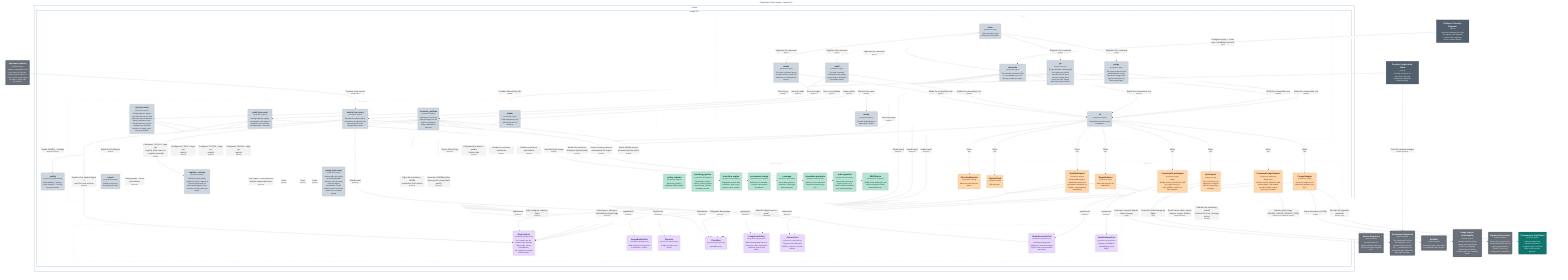
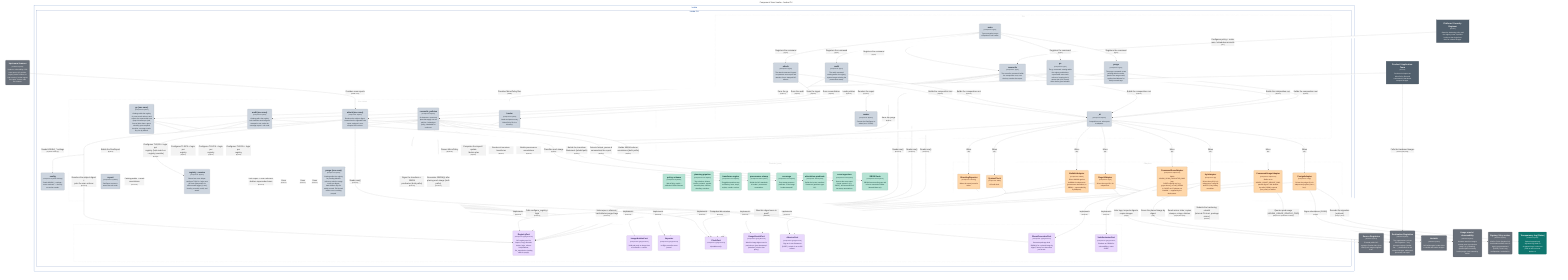
graph LR
  linkStyle default fill:#ffffff

  subgraph diagram ["Component View: houba - houba CLI"]
    style diagram fill:#ffffff,stroke:#ffffff

    1["<div style='font-weight: bold'>Platform / Security Engineer</div><div style='font-size: 70%; margin-top: 0px'>[Person]</div><div style='font-size: 80%; margin-top:10px'>Owns the hardening policy and<br />the registry roster; operates<br />houba as the single front<br />door for external images.</div>"]
    style 1 fill:#52606d,stroke:#39434c,color:#ffffff
    2["<div style='font-weight: bold'>Product / Application Team</div><div style='font-size: 70%; margin-top: 0px'>[Person]</div><div style='font-size: 80%; margin-top:10px'>Declares its imports as<br />MirrorPolicy files and<br />consumes the hardened,<br />stamped images.</div>"]
    style 2 fill:#52606d,stroke:#39434c,color:#ffffff

    52("<div style='font-weight: bold'>Source Registries</div><div style='font-size: 70%; margin-top: 0px'>[Software System]</div><div style='font-size: 80%; margin-top:10px'>External public OCI<br />registries (Docker Hub, Quay,<br />GHCR) the images originate<br />from.</div>")
    style 52 fill:#69707a,stroke:#494e55,color:#ffffff
    53("<div style='font-weight: bold'>Destination Registries</div><div style='font-size: 70%; margin-top: 0px'>[Software System]</div><div style='font-size: 80%; margin-top:10px'>The organization's private<br />OCI registries — any<br />dist-spec registry (Harbor,<br />Zot, …); destination for the<br />stamped images, addressed<br />generically via regctl.</div>")
    style 53 fill:#69707a,stroke:#494e55,color:#ffffff
    54("<div style='font-weight: bold'>BuildKit</div><div style='font-size: 70%; margin-top: 0px'>[Software System]</div><div style='font-size: 80%; margin-top:10px'>OCI build engine houba drives<br />to rebuild and harden images.</div>")
    style 54 fill:#69707a,stroke:#494e55,color:#ffffff
    58("<div style='font-weight: bold'>Usage oracle / observability</div><div style='font-size: 70%; margin-top: 0px'>[Software System]</div><div style='font-size: 80%; margin-top:10px'>Answers 'was this image's<br />content seen in production<br />lately?' (e.g. Datadog).<br />Queried point-in-time by<br />houba purge; never owned by<br />houba.</div>")
    style 58 fill:#69707a,stroke:#494e55,color:#ffffff
    59("<div style='font-weight: bold'>Signing / Key service</div><div style='font-size: 70%; margin-top: 0px'>[Software System]</div><div style='font-size: 80%; margin-top:10px'>KMS or Fulcio (keyless CA)<br />that houba's attestor uses to<br />sign in-toto attestations<br />(DSSE). Trust is org<br />configuration, not baked in.</div>")
    style 59 fill:#69707a,stroke:#494e55,color:#ffffff
    60("<div style='font-weight: bold'>Transparency log (Rekor)</div><div style='font-size: 70%; margin-top: 0px'>[Software System]</div><div style='font-size: 80%; margin-top:10px'>Optional append-only<br />signature log; blank in<br />air-gapped orgs. houba can<br />point at one but never<br />deploys it.</div>")
    style 60 fill:#0f766e,stroke:#0a524d,color:#ffffff
    61("<div style='font-weight: bold'>Upstream Scanner</div><div style='font-size: 70%; margin-top: 0px'>[Software System]</div><div style='font-size: 80%; margin-top:10px'>Produces vulnerability / EOL<br />scan reports (CI pipeline,<br />registry-native scanner, or<br />scan service). houba ingests<br />the report; it never calls<br />the scanner.</div>")
    style 61 fill:#69707a,stroke:#494e55,color:#ffffff

    subgraph 4 ["houba"]
      style 4 fill:#ffffff,stroke:#154da4,color:#154da4

      subgraph 5 ["houba CLI"]
        style 5 fill:#ffffff,stroke:#19458c,color:#19458c

        subgraph group1 ["Adapters"]
          style group1 fill:#ffffff,stroke:#cccccc,color:#cccccc,stroke-dasharray:5

          38("<div style='font-weight: bold'>RegctlAdapter</div><div style='font-size: 70%; margin-top: 0px'>[Component: regctl]</div><div style='font-size: 80%; margin-top:10px'>Drives the regctl CLI via<br />subprocess.</div>")
          style 38 fill:#fed7aa,stroke:#b19676,color:#4a1b0c
          39("<div style='font-weight: bold'>BuildkitAdapter</div><div style='font-size: 70%; margin-top: 0px'>[Component: buildctl]</div><div style='font-size: 80%; margin-top:10px'>Drives buildctl against<br />buildkitd via subprocess<br />(provenance attestation; no<br />SBOM — superseded by<br />SyftAdapter).</div>")
          style 39 fill:#fed7aa,stroke:#b19676,color:#4a1b0c
          40("<div style='font-weight: bold'>StructlogReporter</div><div style='font-size: 70%; margin-top: 0px'>[Component: structlog]</div><div style='font-size: 80%; margin-top:10px'>Writes the event journal to<br />stderr.</div>")
          style 40 fill:#fed7aa,stroke:#b19676,color:#4a1b0c
          41("<div style='font-weight: bold'>SystemClock</div><div style='font-size: 70%; margin-top: 0px'>[Component: stdlib]</div><div style='font-size: 80%; margin-top:10px'>OS wall clock.</div>")
          style 41 fill:#fed7aa,stroke:#b19676,color:#4a1b0c
          42("<div style='font-weight: bold'>CommandUsageAdapter</div><div style='font-size: 70%; margin-top: 0px'>[Component: subprocess]</div><div style='font-size: 80%; margin-top:10px'>Shells out to<br />HOUBA_USAGE_ORACLE_CMD;<br />passes digest + idle window<br />via stdin (JSON); expects<br />{last_seen} on stdout.</div>")
          style 42 fill:#fed7aa,stroke:#b19676,color:#4a1b0c
          43("<div style='font-weight: bold'>CosignAdapter</div><div style='font-size: 70%; margin-top: 0px'>[Component: cosign]</div><div style='font-size: 80%; margin-top:10px'>Drives the cosign CLI via<br />subprocess (keyless | kms |<br />key).</div>")
          style 43 fill:#fed7aa,stroke:#b19676,color:#4a1b0c
          44("<div style='font-weight: bold'>SyftAdapter</div><div style='font-size: 70%; margin-top: 0px'>[Component: syft]</div><div style='font-size: 80%; margin-top:10px'>Drives the syft CLI via<br />subprocess; config-file<br />auth/TLS; lazy binary<br />resolution.</div>")
          style 44 fill:#fed7aa,stroke:#b19676,color:#4a1b0c
-           45("<div style='font-weight: bold'>CommandScanAdapter</div><div style='font-size: 70%; margin-top: 0px'>[Component: grype]</div><div style='font-size: 80%; margin-top:10px'>Shells<br />HOUBA_SCAN_EVALUATOR_CMD<br />(e.g. grype sbom:{} -o<br />sarif); SBOM in, SARIF out;<br />lazy resolution.</div>")
+           45("<div style='font-weight: bold'>CommandScanAdapter</div><div style='font-size: 70%; margin-top: 0px'>[Component: subprocess]</div><div style='font-size: 80%; margin-top:10px'>Shells<br />HOUBA_SCAN_EVALUATOR_CMD (any<br />SARIF-emitting tool, e.g.<br />grype sbom:{} -o sarif); SBOM<br />in, SARIF out. Evaluator not<br />bundled — supplied by the<br />deployment.</div>")
          style 45 fill:#fed7aa,stroke:#b19676,color:#4a1b0c
        end

        subgraph group2 ["CLI"]
          style group2 fill:#ffffff,stroke:#cccccc,color:#cccccc,stroke-dasharray:5

          10("<div style='font-weight: bold'>attach</div><div style='font-size: 70%; margin-top: 0px'>[Component: Typer]</div><div style='font-size: 80%; margin-top:10px'>The attach command: ingests<br />an upstream scan report and<br />attaches it as a stamped OCI<br />referrer.</div>")
          style 10 fill:#cdd5df,stroke:#8f959c,color:#1f2933
          11("<div style='font-weight: bold'>gc</div><div style='font-size: 70%; margin-top: 0px'>[Component: Typer]</div><div style='font-size: 80%; margin-top:10px'>The gc command: catalog-walks<br />the registry and deletes<br />superseded scan-result<br />referrers, keeping the N<br />newest per (tool, format)<br />older than a grace window.</div>")
          style 11 fill:#cdd5df,stroke:#8f959c,color:#1f2933
          12("<div style='font-weight: bold'>render</div><div style='font-size: 70%; margin-top: 0px'>[Component: Python]</div><div style='font-size: 80%; margin-top:10px'>Formats the RunReport to<br />stdout (text / JSON).</div>")
          style 12 fill:#cdd5df,stroke:#8f959c,color:#1f2933
          13("<div style='font-weight: bold'>_di</div><div style='font-size: 70%; margin-top: 0px'>[Component: Python]</div><div style='font-size: 80%; margin-top:10px'>Composition root: wires ports<br />to adapters.</div>")
          style 13 fill:#cdd5df,stroke:#8f959c,color:#1f2933
          6("<div style='font-weight: bold'>main</div><div style='font-size: 70%; margin-top: 0px'>[Component: Typer]</div><div style='font-size: 80%; margin-top:10px'>Typer entrypoint; maps<br />exceptions to exit codes.</div>")
          style 6 fill:#cdd5df,stroke:#8f959c,color:#1f2933
          7("<div style='font-weight: bold'>reconcile</div><div style='font-size: 70%; margin-top: 0px'>[Component: Typer]</div><div style='font-size: 80%; margin-top:10px'>The reconcile command: builds<br />the composition root, runs<br />the loop, renders the report.</div>")
          style 7 fill:#cdd5df,stroke:#8f959c,color:#1f2933
          8("<div style='font-weight: bold'>purge</div><div style='font-size: 70%; margin-top: 0px'>[Component: Typer]</div><div style='font-size: 80%; margin-top:10px'>The purge command: scans<br />pending-deletion marks,<br />queries the usage oracle,<br />applies hard-deletes for<br />safely-unused tags.</div>")
          style 8 fill:#cdd5df,stroke:#8f959c,color:#1f2933
          9("<div style='font-weight: bold'>audit</div><div style='font-size: 70%; margin-top: 0px'>[Component: Typer]</div><div style='font-size: 80%; margin-top:10px'>The audit command:<br />catalog-walks the registry,<br />reports images missing the<br />provenance stamp.</div>")
          style 9 fill:#cdd5df,stroke:#8f959c,color:#1f2933
        end

        subgraph group3 ["Domain (pure)"]
          style group3 fill:#ffffff,stroke:#cccccc,color:#cccccc,stroke-dasharray:5

          22("<div style='font-weight: bold'>policy schema</div><div style='font-size: 70%; margin-top: 0px'>[Component: Pydantic]</div><div style='font-size: 80%; margin-top:10px'>MirrorPolicy model +<br />published JSON Schema.</div>")
          style 22 fill:#b6e3d4,stroke:#7f9e94,color:#04342c
          23("<div style='font-weight: bold'>planning pipeline</div><div style='font-size: 70%; margin-top: 0px'>[Component: Pure Python]</div><div style='font-size: 80%; margin-top:10px'>Tag selection, aliases,<br />semver, variants, expand,<br />reconcile plan, collision,<br />sharding, retention.</div>")
          style 23 fill:#b6e3d4,stroke:#7f9e94,color:#04342c
          24("<div style='font-weight: bold'>transform engine</div><div style='font-size: 70%; margin-top: 0px'>[Component: Pure Python]</div><div style='font-size: 80%; margin-top:10px'>Pluggable transform-step<br />vocabulary: base, steps,<br />registry, render, version.</div>")
          style 24 fill:#b6e3d4,stroke:#7f9e94,color:#04342c
          25("<div style='font-weight: bold'>provenance stamp</div><div style='font-size: 70%; margin-top: 0px'>[Component: Pure Python]</div><div style='font-size: 80%; margin-top:10px'>Builds the OCI-standard +<br />io.houba.* provenance<br />annotations.</div>")
          style 25 fill:#b6e3d4,stroke:#7f9e94,color:#04342c
          26("<div style='font-weight: bold'>coverage</div><div style='font-size: 70%; margin-top: 0px'>[Component: Pure Python]</div><div style='font-size: 80%; margin-top:10px'>Pure stamp-presence<br />predicate: is the image<br />houba-stamped?</div>")
          style 26 fill:#b6e3d4,stroke:#7f9e94,color:#04342c
          27("<div style='font-weight: bold'>attestation predicate</div><div style='font-size: 70%; margin-top: 0px'>[Component: Pure Python]</div><div style='font-size: 80%; margin-top:10px'>Builds the in-toto transform<br />Statement (predicate type<br />/v1).</div>")
          style 27 fill:#b6e3d4,stroke:#7f9e94,color:#04342c
          28("<div style='font-weight: bold'>scan ingestion</div><div style='font-size: 70%; margin-top: 0px'>[Component: Pure Python]</div><div style='font-size: 80%; margin-top:10px'>Detects the scan-report<br />format, parses it (e.g.<br />SARIF), and summarizes it<br />into stamp annotations.</div>")
          style 28 fill:#b6e3d4,stroke:#7f9e94,color:#04342c
          29("<div style='font-weight: bold'>SBOM facts</div><div style='font-size: 70%; margin-top: 0px'>[Component: Pure Python]</div><div style='font-size: 80%; margin-top:10px'>SBOM format media-types and<br />referrer annotation builder<br />(domain/sbom.py).</div>")
          style 29 fill:#b6e3d4,stroke:#7f9e94,color:#04342c
        end

        subgraph group4 ["Ports"]
          style group4 fill:#ffffff,stroke:#cccccc,color:#cccccc,stroke-dasharray:5

          30("<div style='font-weight: bold'>RegistryPort</div><div style='font-size: 70%; margin-top: 0px'>[Component: typing.Protocol]</div><div style='font-size: 80%; margin-top:10px'>OCI registry ops: list,<br />inspect, copy, annotate,<br />delete, login, referrer<br />list/put/delete;<br />list_repositories (catalog<br />walk for purge).</div>")
          style 30 fill:#e9d8fd,stroke:#a397b1,color:#322659
          31("<div style='font-weight: bold'>ImageBuilderPort</div><div style='font-size: 70%; margin-top: 0px'>[Component: typing.Protocol]</div><div style='font-size: 80%; margin-top:10px'>Build and push an image from<br />a Dockerfile + context.</div>")
          style 31 fill:#e9d8fd,stroke:#a397b1,color:#322659
          32("<div style='font-weight: bold'>Reporter</div><div style='font-size: 70%; margin-top: 0px'>[Component: typing.Protocol]</div><div style='font-size: 80%; margin-top:10px'>In-flight reconcile event<br />journal.</div>")
          style 32 fill:#e9d8fd,stroke:#a397b1,color:#322659
          33("<div style='font-weight: bold'>ClockPort</div><div style='font-size: 70%; margin-top: 0px'>[Component: typing.Protocol]</div><div style='font-size: 80%; margin-top:10px'>Injectable now().</div>")
          style 33 fill:#e9d8fd,stroke:#a397b1,color:#322659
          34("<div style='font-weight: bold'>UsageOraclePort</div><div style='font-size: 70%; margin-top: 0px'>[Component: typing.Protocol]</div><div style='font-size: 80%; margin-top:10px'>Was this image digest seen in<br />prod since a given timestamp?<br />(stateless, point-in-time<br />query).</div>")
          style 34 fill:#e9d8fd,stroke:#a397b1,color:#322659
          35("<div style='font-weight: bold'>AttestorPort</div><div style='font-size: 70%; margin-top: 0px'>[Component: typing.Protocol]</div><div style='font-size: 80%; margin-top:10px'>Sign an in-toto Statement<br />(DSSE) + attach it as an OCI<br />referrer.</div>")
          style 35 fill:#e9d8fd,stroke:#a397b1,color:#322659
          36("<div style='font-weight: bold'>SbomGeneratorPort</div><div style='font-size: 70%; margin-top: 0px'>[Component: typing.Protocol]</div><div style='font-size: 80%; margin-top:10px'>Generate package-level<br />SBOM(s) for a placed image by<br />digest; returns one document<br />per format.</div>")
          style 36 fill:#e9d8fd,stroke:#a397b1,color:#322659
          37("<div style='font-weight: bold'>VulnEvaluatorPort</div><div style='font-size: 70%; margin-top: 0px'>[Component: typing.Protocol]</div><div style='font-size: 80%; margin-top:10px'>Evaluate an SBOM for<br />vulnerabilities; return<br />SARIF.</div>")
          style 37 fill:#e9d8fd,stroke:#a397b1,color:#322659
        end

        subgraph group5 ["Use cases"]
          style group5 fill:#ffffff,stroke:#cccccc,color:#cccccc,stroke-dasharray:5

          14("<div style='font-weight: bold'>loader</div><div style='font-size: 70%; margin-top: 0px'>[Component: Python]</div><div style='font-size: 80%; margin-top:10px'>Loads and parses every<br />MirrorPolicy file in a<br />directory.</div>")
          style 14 fill:#cdd5df,stroke:#8f959c,color:#1f2933
          15("<div style='font-weight: bold'>reconcile_policies</div><div style='font-size: 70%; margin-top: 0px'>[Component: Python]</div><div style='font-size: 80%; margin-top:10px'>Orchestrator: concurrent<br />plan-then-apply over all<br />policies, isolated per<br />policy, shardable for<br />scale-out.</div>")
          style 15 fill:#cdd5df,stroke:#8f959c,color:#1f2933
          16("<div style='font-weight: bold'>purge (use case)</div><div style='font-size: 70%; margin-top: 0px'>[Component: Python]</div><div style='font-size: 80%; margin-top:10px'>Catalog-walks the registry<br />for pending-deletion<br />referrers; asks the usage<br />oracle per digest;<br />hard-deletes only the<br />safely-unused. Fail-closed:<br />oracle error ⇒ nothing<br />purged.</div>")
          style 16 fill:#cdd5df,stroke:#8f959c,color:#1f2933
          17("<div style='font-weight: bold'>audit (use case)</div><div style='font-size: 70%; margin-top: 0px'>[Component: Python]</div><div style='font-size: 80%; margin-top:10px'>Catalog-walks the registry<br />and classifies each image as<br />stamped or not; emits the<br />coverage report + exit code.</div>")
          style 17 fill:#cdd5df,stroke:#8f959c,color:#1f2933
          18("<div style='font-weight: bold'>attach (use case)</div><div style='font-size: 70%; margin-top: 0px'>[Component: Python]</div><div style='font-size: 80%; margin-top:10px'>Resolves the subject digest,<br />summarizes the ingested scan<br />report, and puts it as a<br />stamped OCI referrer.</div>")
          style 18 fill:#cdd5df,stroke:#8f959c,color:#1f2933
          19("<div style='font-weight: bold'>gc (use case)</div><div style='font-size: 70%; margin-top: 0px'>[Component: Python]</div><div style='font-size: 80%; margin-top:10px'>Catalog-walks the registry<br />for scan-result referrers and<br />collects the superseded ones<br />(keep N newest per (tool,<br />format) older than a grace<br />window); pure temporal<br />decision, no usage oracle.<br />Dry-run by default.</div>")
          style 19 fill:#cdd5df,stroke:#8f959c,color:#1f2933
          20("<div style='font-weight: bold'>report</div><div style='font-size: 70%; margin-top: 0px'>[Component: Pydantic]</div><div style='font-size: 80%; margin-top:10px'>RunReport contract +<br />worst-wins exit code.</div>")
          style 20 fill:#cdd5df,stroke:#8f959c,color:#1f2933
          21("<div style='font-weight: bold'>registry_session</div><div style='font-size: 70%; margin-top: 0px'>[Component: Python]</div><div style='font-size: 80%; margin-top:10px'>Shared use-case helper:<br />configure TLS/CA + login once<br />per host (idempotent via<br />caller-owned logged_in set).<br />Used by reconcile, audit, and<br />attach.</div>")
          style 21 fill:#cdd5df,stroke:#8f959c,color:#1f2933
        end

        46("<div style='font-weight: bold'>config</div><div style='font-size: 70%; margin-top: 0px'>[Component: Pydantic Settings]</div><div style='font-size: 80%; margin-top:10px'>Reads HOUBA_* settings +<br />roster resolvers — the only<br />os.environ reader.</div>")
        style 46 fill:#cdd5df,stroke:#8f959c,color:#1f2933
      end

    end

    8-. "<div>Builds the composition root</div><div style='font-size: 70%'>[Python]</div>" .->13
    8-. "<div>Runs the purge</div><div style='font-size: 70%'>[Python]</div>" .->16
    8-. "<div>Reads now()</div><div style='font-size: 70%'>[Protocol]</div>" .->33
    11-. "<div>Builds the composition root</div><div style='font-size: 70%'>[Python]</div>" .->13
    11-. "<div>Runs the gc</div><div style='font-size: 70%'>[Python]</div>" .->19
    11-. "<div>Reads now()</div><div style='font-size: 70%'>[Protocol]</div>" .->33
    7-. "<div>Builds the composition root</div><div style='font-size: 70%'>[Python]</div>" .->13
    7-. "<div>Loads policies</div><div style='font-size: 70%'>[Python]</div>" .->14
    7-. "<div>Runs reconciliation</div><div style='font-size: 70%'>[Python]</div>" .->15
    7-. "<div>Renders the report</div><div style='font-size: 70%'>[Python]</div>" .->12
    7-. "<div>Reads now()</div><div style='font-size: 70%'>[Protocol]</div>" .->33
    13-. "<div>Reads HOUBA_* settings</div><div style='font-size: 70%'>[Pydantic Settings]</div>" .->46
    13-. "<div>Wires</div><div style='font-size: 70%'>[DI]</div>" .->38
    13-. "<div>Wires</div><div style='font-size: 70%'>[DI]</div>" .->39
    13-. "<div>Wires</div><div style='font-size: 70%'>[DI]</div>" .->40
    13-. "<div>Wires</div><div style='font-size: 70%'>[DI]</div>" .->41
    13-. "<div>Wires</div><div style='font-size: 70%'>[DI]</div>" .->42
    14-. "<div>Parses MirrorPolicy</div><div style='font-size: 70%'>[Pydantic]</div>" .->22
    15-. "<div>Builds the RunReport</div><div style='font-size: 70%'>[Python]</div>" .->20
    15-. "<div>Computes the import / update<br />/ delete plan</div><div style='font-size: 70%'>[Python]</div>" .->23
    15-. "<div>Renders & versions transforms</div><div style='font-size: 70%'>[Python]</div>" .->24
    15-. "<div>Builds provenance annotations</div><div style='font-size: 70%'>[Python]</div>" .->25
    15-. "<div>Uses</div><div style='font-size: 70%'>[Protocol]</div>" .->30
    15-. "<div>Uses</div><div style='font-size: 70%'>[Protocol]</div>" .->31
    15-. "<div>Uses</div><div style='font-size: 70%'>[Protocol]</div>" .->32
    15-. "<div>Configures TLS/CA + login per<br />registry</div><div style='font-size: 70%'>[Python]</div>" .->21
    16-. "<div>Lists repos + referrers;<br />hard-deletes purged tags</div><div style='font-size: 70%'>[Protocol]</div>" .->30
    16-. "<div>Was this digest seen in prod?</div><div style='font-size: 70%'>[Protocol]</div>" .->34
    16-. "<div>Computes idle window</div><div style='font-size: 70%'>[Protocol]</div>" .->33
    19-. "<div>Lists repos + scan referrers;<br />deletes superseded ones</div><div style='font-size: 70%'>[Protocol]</div>" .->30
    19-. "<div>Configures TLS/CA + login per<br />registry</div><div style='font-size: 70%'>[Python]</div>" .->21
    21-. "<div>Calls configure_registry +<br />login</div><div style='font-size: 70%'>[Protocol]</div>" .->30
    38-. "<div>Implements</div><div style='font-size: 70%'>[Protocol]</div>" .->30
    39-. "<div>Implements</div><div style='font-size: 70%'>[Protocol]</div>" .->31
    40-. "<div>Implements</div><div style='font-size: 70%'>[Protocol]</div>" .->32
    41-. "<div>Implements</div><div style='font-size: 70%'>[Protocol]</div>" .->33
    42-. "<div>Implements</div><div style='font-size: 70%'>[Protocol]</div>" .->34
    38-. "<div>Lists tags, inspects digests,<br />copies images</div><div style='font-size: 70%'>[regctl]</div>" .->52
    38-. "<div>Reads mirror state; copies,<br />stamps, retags, deletes</div><div style='font-size: 70%'>[regctl (dist-spec)]</div>" .->53
    39-. "<div>Submits the hardening rebuild<br />(internal CA trust, package<br />mirror)</div><div style='font-size: 70%'>[buildctl]</div>" .->54
    42-. "<div>Queries prod usage<br />(HOUBA_USAGE_ORACLE_CMD)</div><div style='font-size: 70%'>[subprocess (stdin/stdout JSON)]</div>" .->58
    15-. "<div>Builds the transform<br />Statement (rebuild path)</div><div style='font-size: 70%'>[Python]</div>" .->27
    15-. "<div>Signs the transform + SBOM<br />predicates (both paths)</div><div style='font-size: 70%'>[Protocol]</div>" .->35
    15-. "<div>Builds SBOM referrer<br />annotations (both paths)</div><div style='font-size: 70%'>[Python]</div>" .->29
    13-. "<div>Wires</div><div style='font-size: 70%'>[DI]</div>" .->43
    43-. "<div>Implements</div><div style='font-size: 70%'>[Protocol]</div>" .->35
    43-. "<div>Signs attestations (DSSE)</div><div style='font-size: 70%'>[cosign]</div>" .->59
    43-. "<div>Records the signature<br />(optional)</div><div style='font-size: 70%'>[cosign / rekor]</div>" .->60
    13-. "<div>Wires</div><div style='font-size: 70%'>[DI]</div>" .->44
    44-. "<div>Implements</div><div style='font-size: 70%'>[Protocol]</div>" .->36
    15-. "<div>Generates SBOM(s) after<br />placing each image (both<br />paths)</div><div style='font-size: 70%'>[Protocol]</div>" .->36
    44-. "<div>Scans the placed image by<br />digest</div><div style='font-size: 70%'>[syft]</div>" .->53
    13-. "<div>Wires</div><div style='font-size: 70%'>[DI]</div>" .->45
    45-. "<div>Implements</div><div style='font-size: 70%'>[Protocol]</div>" .->37
    2-. "<div>Pulls the hardened images</div><div style='font-size: 70%'>[docker pull (OCI)]</div>" .->53
    1-. "<div>Configures policy + roster,<br />runs / schedules reconcile</div><div style='font-size: 70%'>[CLI]</div>" .->7
    2-. "<div>Provides MirrorPolicy files</div><div style='font-size: 70%'>[YAML]</div>" .->14
    6-. "<div>Registers the command</div><div style='font-size: 70%'>[Typer]</div>" .->7
    6-. "<div>Registers the command</div><div style='font-size: 70%'>[Typer]</div>" .->8
    6-. "<div>Registers the command</div><div style='font-size: 70%'>[Typer]</div>" .->9
    6-. "<div>Registers the command</div><div style='font-size: 70%'>[Typer]</div>" .->10
    6-. "<div>Registers the command</div><div style='font-size: 70%'>[Typer]</div>" .->11
    9-. "<div>Builds the composition root</div><div style='font-size: 70%'>[Python]</div>" .->13
    9-. "<div>Runs the audit</div><div style='font-size: 70%'>[Python]</div>" .->17
    17-. "<div>Classifies each image</div><div style='font-size: 70%'>[Python]</div>" .->26
    17-. "<div>Catalog-walks + reads<br />annotations</div><div style='font-size: 70%'>[Protocol]</div>" .->30
    17-. "<div>Configures TLS/CA + login per<br />registry</div><div style='font-size: 70%'>[Python]</div>" .->21
    10-. "<div>Builds the composition root</div><div style='font-size: 70%'>[Python]</div>" .->13
    10-. "<div>Runs the ingest</div><div style='font-size: 70%'>[Python]</div>" .->18
    61-. "<div>Provides scan reports</div><div style='font-size: 70%'>[SARIF / file]</div>" .->18
    18-. "<div>Detects format, parses &<br />summarizes the report</div><div style='font-size: 70%'>[Python]</div>" .->28
    18-. "<div>Resolves the subject digest +<br />puts the scan referrer</div><div style='font-size: 70%'>[Protocol]</div>" .->30
    18-. "<div>Reads now()</div><div style='font-size: 70%'>[Protocol]</div>" .->33
    18-. "<div>Configures TLS/CA + login per<br />registry (host-match or<br />--registry override)</div><div style='font-size: 70%'>[Python]</div>" .->21

  end